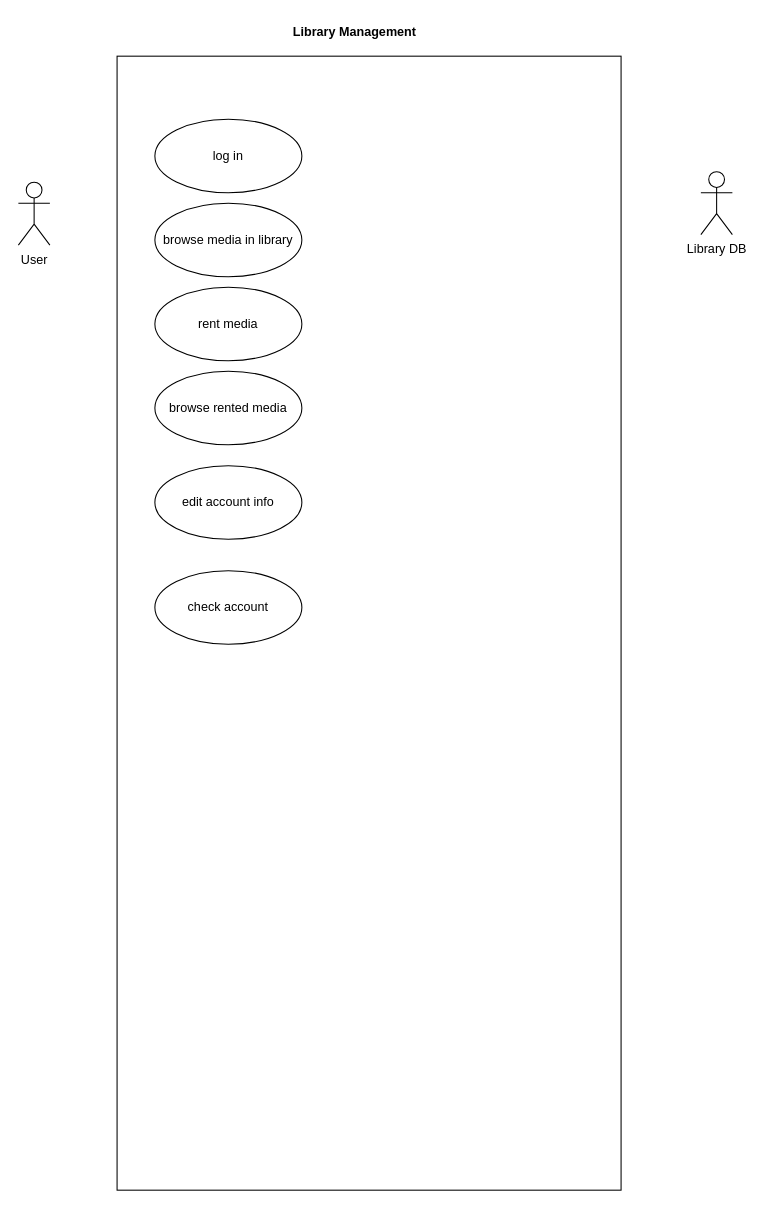
sraosha47/m226 keeps this draw.io diagram as diagrams/usecase_library.drawio. Above is the earlier version. Source tidied: cells renumbered, new cells numbered last; positions are measured from the earlier drawing's top-left corner, leaving out a move shared by most shapes. Both pictures are drawn from the tidied source at 105%, with x=0, y=0 at pixel (18, 18).
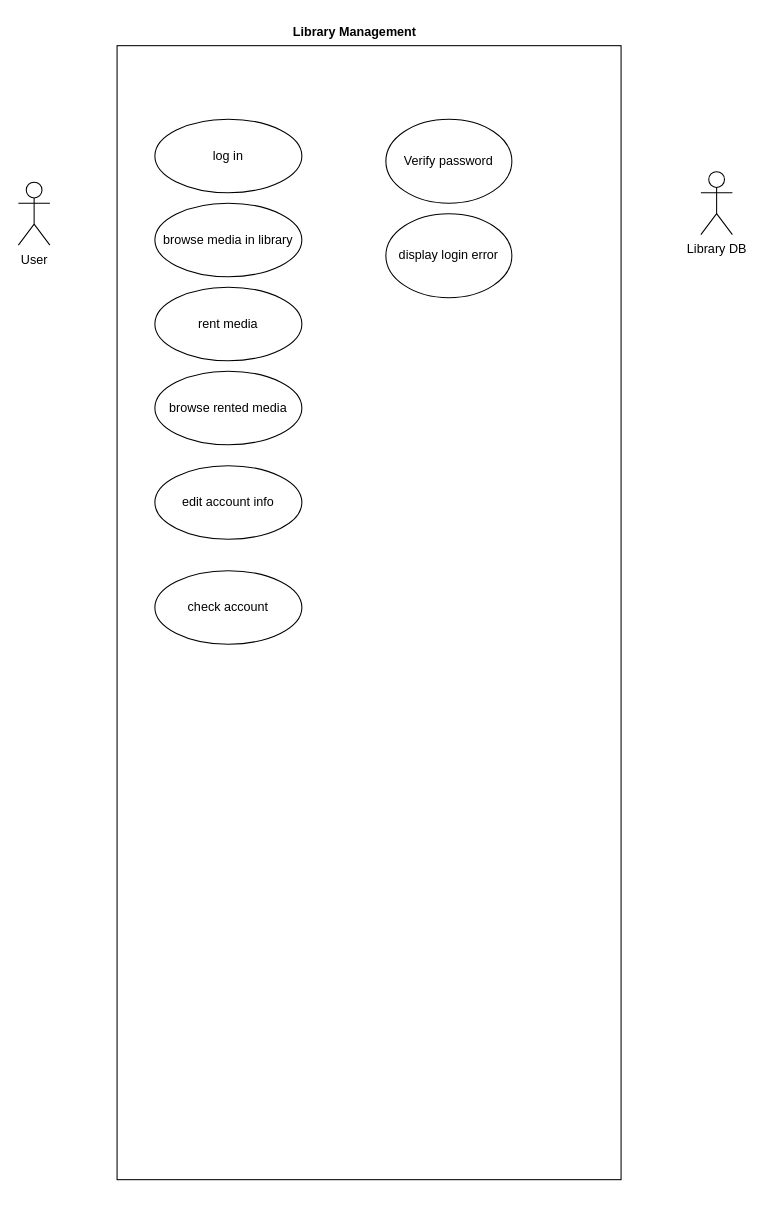
The same page after the edit.

What changed in the source:
```diff
@@
 <mxGraphModel>
   <root>
     <mxCell id="0" />
     <mxCell id="1" parent="0" />
     <mxCell id="2" style="rounded=0;whiteSpace=wrap;html=1;" parent="1" vertex="1">
-      <mxGeometry x="94" y="36" width="480" height="1080" as="geometry" />
+      <mxGeometry x="94" y="26" width="480" height="1080" as="geometry" />
     </mxCell>
     <mxCell id="3" value="User" style="shape=umlActor;verticalLabelPosition=bottom;verticalAlign=top;html=1;" parent="1" vertex="1">
       <mxGeometry y="156" width="30" height="60" as="geometry" />
     </mxCell>
     <mxCell id="4" value="Library Management" style="text;align=center;fontStyle=1;verticalAlign=middle;spacingLeft=3;spacingRight=3;strokeColor=none;html=1;" parent="1" vertex="1">
       <mxGeometry x="280" width="80" height="26" as="geometry" />
     </mxCell>
     <mxCell id="5" value="log in" style="ellipse;whiteSpace=wrap;html=1;" parent="1" vertex="1">
       <mxGeometry x="130" y="96" width="140" height="70" as="geometry" />
     </mxCell>
     <mxCell id="6" value="&lt;div&gt;Library DB&lt;/div&gt;&lt;div&gt;&lt;br&gt;&lt;/div&gt;" style="shape=umlActor;verticalLabelPosition=bottom;verticalAlign=top;html=1;" parent="1" vertex="1">
       <mxGeometry x="650" y="146" width="30" height="60" as="geometry" />
     </mxCell>
     <mxCell id="7" value="browse media in library" style="ellipse;whiteSpace=wrap;html=1;" parent="1" vertex="1">
       <mxGeometry x="130" y="176" width="140" height="70" as="geometry" />
     </mxCell>
     <mxCell id="8" value="rent media" style="ellipse;whiteSpace=wrap;html=1;" parent="1" vertex="1">
       <mxGeometry x="130" y="256" width="140" height="70" as="geometry" />
     </mxCell>
     <mxCell id="9" value="edit account info" style="ellipse;whiteSpace=wrap;html=1;" parent="1" vertex="1">
       <mxGeometry x="130" y="426" width="140" height="70" as="geometry" />
     </mxCell>
     <mxCell id="10" value="browse rented media" style="ellipse;whiteSpace=wrap;html=1;" parent="1" vertex="1">
       <mxGeometry x="130" y="336" width="140" height="70" as="geometry" />
     </mxCell>
     <mxCell id="11" value="check account" style="ellipse;whiteSpace=wrap;html=1;" parent="1" vertex="1">
       <mxGeometry x="130" y="526" width="140" height="70" as="geometry" />
     </mxCell>
+    <mxCell id="12" value="Verify password" style="ellipse;whiteSpace=wrap;html=1;" parent="1" vertex="1">
+      <mxGeometry x="350" y="96" width="120" height="80" as="geometry" />
+    </mxCell>
+    <mxCell id="13" value="display login error" style="ellipse;whiteSpace=wrap;html=1;" parent="1" vertex="1">
+      <mxGeometry x="350" y="186" width="120" height="80" as="geometry" />
+    </mxCell>
   </root>
 </mxGraphModel>
```
